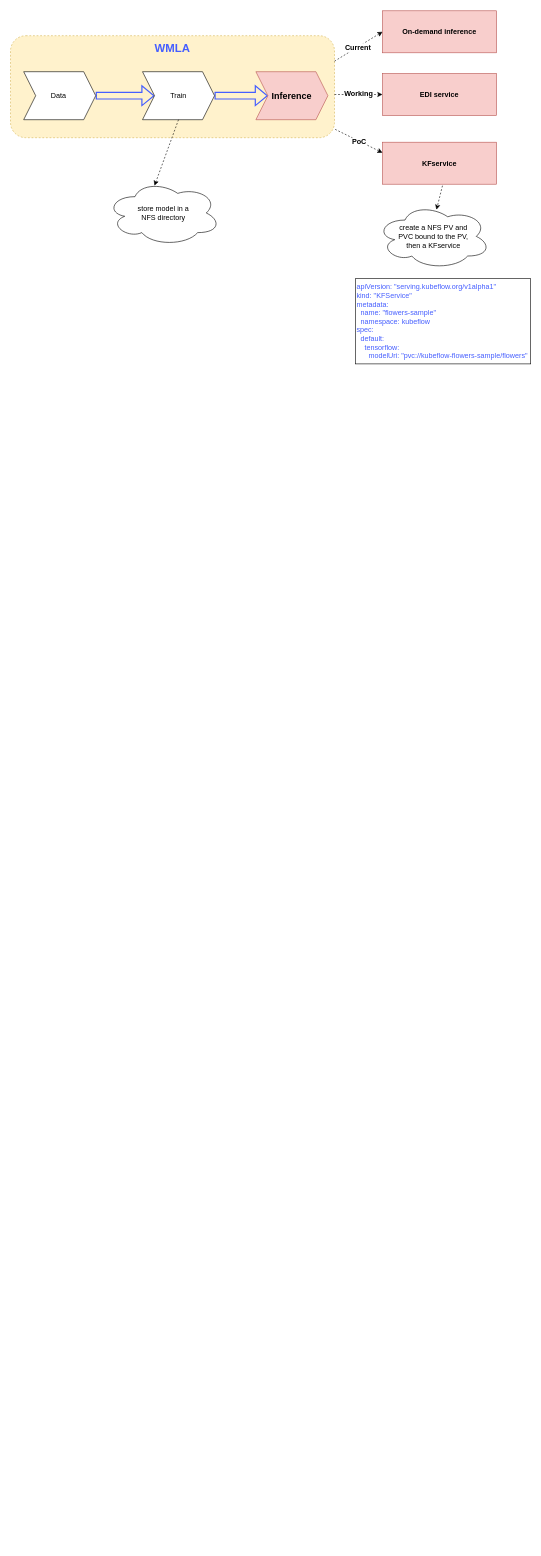
Above: Untitled Diagram.drawio in hougangliu/chart (draw.io), before the change. Source tidied: cells renumbered, new cells numbered last; positions are measured from the earlier drawing's top-left corner, leaving out a move shared by most shapes. Both pictures are drawn from the tidied source at 60%, with x=0, y=0 at pixel (10, 10).
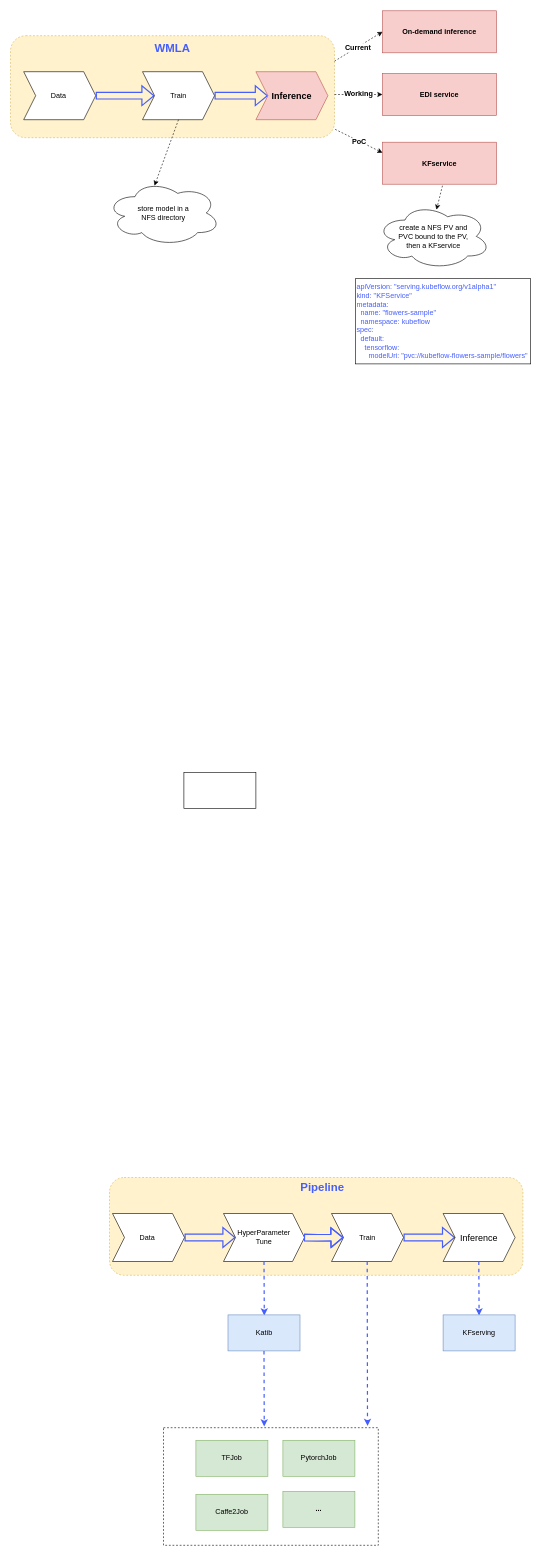
The same page after the edit.

Commit message:
Add kubeflow chart

Diff of the diagram source:
```diff
@@
+    <mxCell id="23" style="rounded=0;whiteSpace=wrap;html=1;strokeColor=#000000;dashed=1;" parent="1" vertex="1">
+      <mxGeometry x="255" y="2362" width="358" height="196" as="geometry" />
+    </mxCell>
@@
+    <mxCell id="24" style="rounded=0;whiteSpace=wrap;html=1;strokeColor=#000000;" parent="1" vertex="1">
+      <mxGeometry x="289" y="1270" width="120" height="60" as="geometry" />
+    </mxCell>
+    <mxCell id="25" style="rounded=1;whiteSpace=wrap;html=1;dashed=1;fillColor=#fff2cc;strokeColor=#d6b656;" parent="1" vertex="1">
+      <mxGeometry x="165" y="1945" width="689" height="163" as="geometry" />
+    </mxCell>
+    <mxCell id="26" style="edgeStyle=orthogonalEdgeStyle;rounded=0;jettySize=auto;html=1;shape=flexArrow;strokeColor=#455EFF;strokeWidth=2;entryX=0;entryY=0.5;entryDx=0;entryDy=0;" parent="1" edge="1" source="27" target="32">
+      <mxGeometry relative="1" as="geometry" />
+    </mxCell>
+    <mxCell id="27" value="Data&amp;nbsp;" style="shape=step;perimeter=stepPerimeter;whiteSpace=wrap;html=1;fixedSize=1;" parent="1" vertex="1">
+      <mxGeometry x="170" y="2005" width="120" height="80" as="geometry" />
+    </mxCell>
+    <mxCell id="28" style="edgeStyle=orthogonalEdgeStyle;rounded=0;jettySize=auto;html=1;shape=flexArrow;strokeColor=#455EFF;strokeWidth=2;" parent="1" edge="1" source="29" target="30">
+      <mxGeometry relative="1" as="geometry" />
+    </mxCell>
+    <mxCell id="29" value="Train" style="shape=step;perimeter=stepPerimeter;whiteSpace=wrap;html=1;fixedSize=1;" parent="1" vertex="1">
+      <mxGeometry x="535" y="2005" width="120" height="80" as="geometry" />
+    </mxCell>
+    <mxCell id="30" value="&lt;font style=&quot;font-size: 15px&quot;&gt;Inference&lt;/font&gt;" style="shape=step;perimeter=stepPerimeter;whiteSpace=wrap;html=1;fixedSize=1;" parent="1" vertex="1">
+      <mxGeometry x="721" y="2005" width="120" height="80" as="geometry" />
+    </mxCell>
+    <mxCell id="31" value="&lt;b&gt;&lt;font style=&quot;font-size: 19px&quot; color=&quot;#455eff&quot;&gt;Pipeline&lt;/font&gt;&lt;/b&gt;" style="text;html=1;strokeColor=none;fillColor=none;align=center;verticalAlign=middle;whiteSpace=wrap;rounded=0;dashed=1;" parent="1" vertex="1">
+      <mxGeometry x="500" y="1952" width="40" height="20" as="geometry" />
+    </mxCell>
+    <mxCell id="32" value="HyperParameter&lt;br&gt;Tune" style="shape=step;perimeter=stepPerimeter;whiteSpace=wrap;html=1;fixedSize=1;" parent="1" vertex="1">
+      <mxGeometry x="355" y="2005" width="135" height="80" as="geometry" />
+    </mxCell>
+    <mxCell id="33" style="edgeStyle=orthogonalEdgeStyle;rounded=0;jettySize=auto;html=1;shape=flexArrow;strokeColor=#455EFF;strokeWidth=2;entryX=0;entryY=0.5;entryDx=0;entryDy=0;" parent="1" edge="1" target="29">
+      <mxGeometry relative="1" as="geometry">
+        <mxPoint x="489" y="2045" as="sourcePoint" />
+      </mxGeometry>
+    </mxCell>
+    <mxCell id="34" style="endArrow=classic;html=1;dashed=1;strokeColor=#455EFF;strokeWidth=2;exitX=0.5;exitY=1;exitDx=0;exitDy=0;" parent="1" edge="1" source="32">
+      <mxGeometry relative="1" as="geometry">
+        <mxPoint x="423" y="2175" as="targetPoint" />
+      </mxGeometry>
+    </mxCell>
+    <mxCell id="35" style="endArrow=classic;html=1;dashed=1;strokeColor=#455EFF;strokeWidth=2;exitX=0.5;exitY=1;exitDx=0;exitDy=0;" parent="1" edge="1">
+      <mxGeometry relative="1" as="geometry">
+        <mxPoint x="594.5" y="2085" as="sourcePoint" />
+        <mxPoint x="595" y="2359" as="targetPoint" />
+      </mxGeometry>
+    </mxCell>
+    <mxCell id="36" style="endArrow=classic;html=1;dashed=1;strokeColor=#455EFF;strokeWidth=2;exitX=0.5;exitY=1;exitDx=0;exitDy=0;" parent="1" edge="1">
+      <mxGeometry relative="1" as="geometry">
+        <mxPoint x="780.5" y="2085" as="sourcePoint" />
+        <mxPoint x="781" y="2175" as="targetPoint" />
+      </mxGeometry>
+    </mxCell>
+    <mxCell id="37" value="Katib" style="rounded=0;whiteSpace=wrap;html=1;strokeColor=#6c8ebf;fillColor=#dae8fc;" parent="1" vertex="1">
+      <mxGeometry x="362.5" y="2174" width="120" height="60" as="geometry" />
+    </mxCell>
+    <mxCell id="38" value="KFserving" style="rounded=0;whiteSpace=wrap;html=1;strokeColor=#6c8ebf;fillColor=#dae8fc;" parent="1" vertex="1">
+      <mxGeometry x="721" y="2174" width="120" height="60" as="geometry" />
+    </mxCell>
+    <mxCell id="39" value="TFJob" style="rounded=0;whiteSpace=wrap;html=1;strokeColor=#82b366;fillColor=#d5e8d4;" parent="1" vertex="1">
+      <mxGeometry x="309" y="2383" width="120" height="60" as="geometry" />
+    </mxCell>
+    <mxCell id="40" value="Caffe2Job" style="rounded=0;whiteSpace=wrap;html=1;strokeColor=#82b366;fillColor=#d5e8d4;" parent="1" vertex="1">
+      <mxGeometry x="309" y="2473" width="120" height="60" as="geometry" />
+    </mxCell>
+    <mxCell id="41" value="PytorchJob" style="rounded=0;whiteSpace=wrap;html=1;strokeColor=#82b366;fillColor=#d5e8d4;" parent="1" vertex="1">
+      <mxGeometry x="454" y="2383" width="120" height="60" as="geometry" />
+    </mxCell>
+    <mxCell id="42" value="&lt;b&gt;...&lt;/b&gt;" style="rounded=0;whiteSpace=wrap;html=1;strokeColor=#82b366;fillColor=#d5e8d4;" parent="1" vertex="1">
+      <mxGeometry x="454" y="2468" width="120" height="60" as="geometry" />
+    </mxCell>
+    <mxCell id="43" style="endArrow=classic;html=1;dashed=1;strokeColor=#455EFF;strokeWidth=2;exitX=0.5;exitY=1;exitDx=0;exitDy=0;entryX=0.469;entryY=-0.01;entryDx=0;entryDy=0;entryPerimeter=0;" parent="1" edge="1" target="23">
+      <mxGeometry relative="1" as="geometry">
+        <mxPoint x="422.5" y="2234" as="sourcePoint" />
+      </mxGeometry>
+    </mxCell>
```
